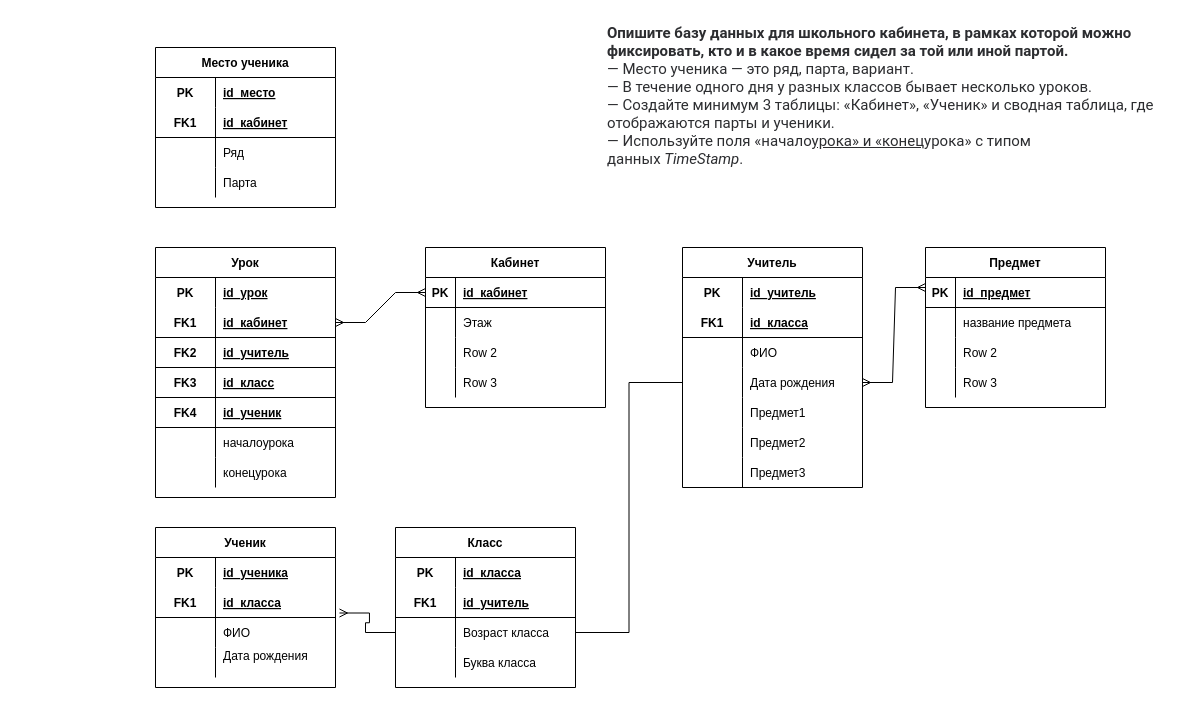
This is Диаграмма класса.drawio from nikul1ch/diagram, a draw.io file, before an edit. Source tidied: cells renumbered, new cells numbered last; positions are measured from the earlier drawing's top-left corner, leaving out a move shared by most shapes. Both pictures are drawn from the tidied source at 100%, with x=0, y=0 at pixel (155, 17).
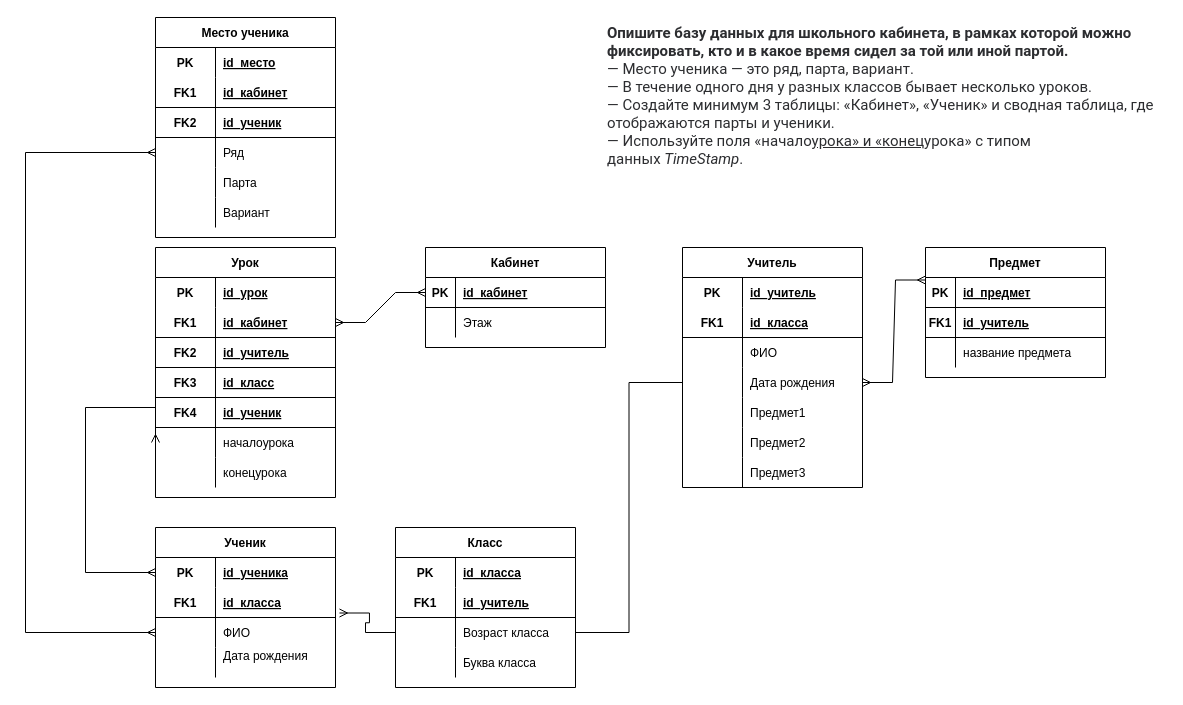
The same page after the edit.

The change refers to these unchanged cells:
```xml
<mxCell id="17" style="shape=tableRow;horizontal=0;startSize=0;swimlaneHead=0;swimlaneBody=0;fillColor=none;points=[[0,0.5],[1,0.5]];portConstraint=eastwest;top=0;left=0;right=0;bottom=0;" parent="16" vertex="1">
  <mxGeometry y="30" width="180" height="30" as="geometry" />
</mxCell>
<mxCell id="23" style="shape=tableRow;horizontal=0;startSize=0;swimlaneHead=0;swimlaneBody=0;fillColor=none;points=[[0,0.5],[1,0.5]];portConstraint=eastwest;top=0;left=0;right=0;bottom=0;" parent="16" vertex="1">
  <mxGeometry y="90" width="180" height="30" as="geometry" />
</mxCell>
<mxCell id="80" style="shape=tableRow;horizontal=0;startSize=0;swimlaneHead=0;swimlaneBody=0;fillColor=none;points=[[0,0.5],[1,0.5]];portConstraint=eastwest;top=0;left=0;right=0;bottom=0;" parent="64" vertex="1">
  <mxGeometry y="180" width="180" height="30" as="geometry" />
</mxCell>
```

Diff of the diagram source:
```diff
@@
     <mxCell id="2" value="Кабинет" style="shape=table;startSize=30;childLayout=tableLayout;rowLines=0;fontStyle=1;align=center;" parent="1" vertex="1">
-      <mxGeometry x="270" y="230" width="180" height="160" as="geometry" />
+      <mxGeometry x="270" y="230" width="180" height="100" as="geometry" />
     </mxCell>
@@
-    <mxCell id="9" style="shape=tableRow;horizontal=0;startSize=0;swimlaneHead=0;swimlaneBody=0;fillColor=none;top=0;left=0;right=0;bottom=0;" parent="2" vertex="1">
-      <mxGeometry y="90" width="180" height="30" as="geometry" />
-    </mxCell>
-    <mxCell id="10" style="shape=partialRectangle;fillColor=none;top=0;left=0;bottom=0;right=0;overflow=hidden;" parent="9" vertex="1">
-      <mxGeometry width="30" height="30" as="geometry" />
-    </mxCell>
-    <mxCell id="11" value="Row 2" style="shape=partialRectangle;fillColor=none;top=0;left=0;bottom=0;right=0;align=left;spacingLeft=6;overflow=hidden;" parent="9" vertex="1">
-      <mxGeometry x="30" width="150" height="30" as="geometry" />
-    </mxCell>
-    <mxCell id="12" style="shape=tableRow;horizontal=0;startSize=0;swimlaneHead=0;swimlaneBody=0;fillColor=none;top=0;left=0;right=0;bottom=0;" parent="2" vertex="1">
-      <mxGeometry y="120" width="180" height="30" as="geometry" />
-    </mxCell>
-    <mxCell id="13" style="shape=partialRectangle;fillColor=none;top=0;left=0;bottom=0;right=0;overflow=hidden;" parent="12" vertex="1">
-      <mxGeometry width="30" height="30" as="geometry" />
-    </mxCell>
-    <mxCell id="14" value="Row 3" style="shape=partialRectangle;fillColor=none;top=0;left=0;bottom=0;right=0;align=left;spacingLeft=6;overflow=hidden;" parent="12" vertex="1">
-      <mxGeometry x="30" width="150" height="30" as="geometry" />
-    </mxCell>
@@
     <mxCell id="86" value="Место ученика" style="shape=table;startSize=30;childLayout=tableLayout;rowLines=0;fontStyle=1;align=center;" parent="1" vertex="1">
-      <mxGeometry y="30" width="180" height="160" as="geometry" />
+      <mxGeometry width="180" height="220" as="geometry" />
     </mxCell>
@@
+    <mxCell id="122" style="shape=tableRow;horizontal=0;startSize=0;swimlaneHead=0;swimlaneBody=0;fillColor=none;top=0;left=0;right=0;bottom=1;" parent="86" vertex="1">
+      <mxGeometry y="90" width="180" height="30" as="geometry" />
+    </mxCell>
+    <mxCell id="123" value="FK2" style="shape=partialRectangle;fillColor=none;top=0;left=0;bottom=0;right=0;fontStyle=1;overflow=hidden;" parent="122" vertex="1">
+      <mxGeometry width="60" height="30" as="geometry" />
+    </mxCell>
+    <mxCell id="124" value="id_ученик" style="shape=partialRectangle;fillColor=none;top=0;left=0;bottom=0;right=0;align=left;spacingLeft=6;fontStyle=5;overflow=hidden;" parent="122" vertex="1">
+      <mxGeometry x="60" width="120" height="30" as="geometry" />
+    </mxCell>
     <mxCell id="93" style="shape=tableRow;horizontal=0;startSize=0;swimlaneHead=0;swimlaneBody=0;fillColor=none;points=[[0,0.5],[1,0.5]];portConstraint=eastwest;top=0;left=0;right=0;bottom=0;" parent="86" vertex="1">
-      <mxGeometry y="90" width="180" height="30" as="geometry" />
+      <mxGeometry y="120" width="180" height="30" as="geometry" />
     </mxCell>
@@
     <mxCell id="96" style="shape=tableRow;horizontal=0;startSize=0;swimlaneHead=0;swimlaneBody=0;fillColor=none;top=0;left=0;right=0;bottom=0;" parent="86" vertex="1">
-      <mxGeometry y="120" width="180" height="30" as="geometry" />
+      <mxGeometry y="150" width="180" height="30" as="geometry" />
     </mxCell>
@@
+    <mxCell id="125" style="shape=tableRow;horizontal=0;startSize=0;swimlaneHead=0;swimlaneBody=0;fillColor=none;top=0;left=0;right=0;bottom=0;" parent="86" vertex="1">
+      <mxGeometry y="180" width="180" height="30" as="geometry" />
+    </mxCell>
+    <mxCell id="126" style="shape=partialRectangle;fillColor=none;top=0;left=0;bottom=0;right=0;overflow=hidden;" parent="125" vertex="1">
+      <mxGeometry width="60" height="30" as="geometry" />
+    </mxCell>
+    <mxCell id="127" value="Вариант" style="shape=partialRectangle;fillColor=none;top=0;left=0;bottom=0;right=0;align=left;spacingLeft=6;overflow=hidden;" parent="125" vertex="1">
+      <mxGeometry x="60" width="120" height="30" as="geometry" />
+    </mxCell>
@@
     <mxCell id="106" value="Предмет" style="shape=table;startSize=30;childLayout=tableLayout;rowLines=0;fontStyle=1;align=center;" parent="1" vertex="1">
-      <mxGeometry x="770" y="230" width="180" height="160" as="geometry" />
+      <mxGeometry x="770" y="230" width="180" height="130" as="geometry" />
     </mxCell>
@@
+    <mxCell id="128" style="shape=tableRow;horizontal=0;startSize=0;swimlaneHead=0;swimlaneBody=0;fillColor=none;top=0;left=0;right=0;bottom=1;" parent="106" vertex="1">
+      <mxGeometry y="60" width="180" height="30" as="geometry" />
+    </mxCell>
+    <mxCell id="129" value="FK1" style="shape=partialRectangle;fillColor=none;top=0;left=0;bottom=0;right=0;fontStyle=1;overflow=hidden;" parent="128" vertex="1">
+      <mxGeometry width="30" height="30" as="geometry" />
+    </mxCell>
+    <mxCell id="130" value="id_учитель" style="shape=partialRectangle;fillColor=none;top=0;left=0;bottom=0;right=0;align=left;spacingLeft=6;fontStyle=5;overflow=hidden;" parent="128" vertex="1">
+      <mxGeometry x="30" width="150" height="30" as="geometry" />
+    </mxCell>
     <mxCell id="110" style="shape=tableRow;horizontal=0;startSize=0;swimlaneHead=0;swimlaneBody=0;fillColor=none;top=0;left=0;right=0;bottom=0;" parent="106" vertex="1">
-      <mxGeometry y="60" width="180" height="30" as="geometry" />
+      <mxGeometry y="90" width="180" height="30" as="geometry" />
     </mxCell>
@@
-    <mxCell id="113" style="shape=tableRow;horizontal=0;startSize=0;swimlaneHead=0;swimlaneBody=0;fillColor=none;top=0;left=0;right=0;bottom=0;" parent="106" vertex="1">
-      <mxGeometry y="90" width="180" height="30" as="geometry" />
-    </mxCell>
-    <mxCell id="114" style="shape=partialRectangle;fillColor=none;top=0;left=0;bottom=0;right=0;overflow=hidden;" parent="113" vertex="1">
-      <mxGeometry width="30" height="30" as="geometry" />
-    </mxCell>
-    <mxCell id="115" value="Row 2" style="shape=partialRectangle;fillColor=none;top=0;left=0;bottom=0;right=0;align=left;spacingLeft=6;overflow=hidden;" parent="113" vertex="1">
-      <mxGeometry x="30" width="150" height="30" as="geometry" />
-    </mxCell>
-    <mxCell id="116" style="shape=tableRow;horizontal=0;startSize=0;swimlaneHead=0;swimlaneBody=0;fillColor=none;top=0;left=0;right=0;bottom=0;" parent="106" vertex="1">
-      <mxGeometry y="120" width="180" height="30" as="geometry" />
-    </mxCell>
-    <mxCell id="117" style="shape=partialRectangle;fillColor=none;top=0;left=0;bottom=0;right=0;overflow=hidden;" parent="116" vertex="1">
-      <mxGeometry width="30" height="30" as="geometry" />
-    </mxCell>
-    <mxCell id="118" value="Row 3" style="shape=partialRectangle;fillColor=none;top=0;left=0;bottom=0;right=0;align=left;spacingLeft=6;overflow=hidden;" parent="116" vertex="1">
-      <mxGeometry x="30" width="150" height="30" as="geometry" />
-    </mxCell>
@@
+    <mxCell id="131" style="edgeStyle=orthogonalEdgeStyle;rounded=0;jettySize=auto;html=1;entryX=0;entryY=0.5;entryDx=0;entryDy=0;endArrow=ERmany;endFill=0;startArrow=ERmany;startFill=0;" parent="1" edge="1" source="93" target="23">
+      <mxGeometry relative="1" as="geometry">
+        <Array as="points">
+          <mxPoint x="-130" y="135" />
+          <mxPoint x="-130" y="615" />
+        </Array>
+      </mxGeometry>
+    </mxCell>
+    <mxCell id="132" style="edgeStyle=orthogonalEdgeStyle;rounded=0;jettySize=auto;html=1;exitX=0;exitY=0.5;exitDx=0;exitDy=0;entryX=0;entryY=0.5;entryDx=0;entryDy=0;startArrow=ERmany;startFill=0;endArrow=ERmany;endFill=0;" parent="1" edge="1" source="17" target="80">
+      <mxGeometry relative="1" as="geometry">
+        <Array as="points">
+          <mxPoint x="-70" y="555" />
+          <mxPoint x="-70" y="390" />
+          <mxPoint y="390" />
+        </Array>
+      </mxGeometry>
+    </mxCell>
```
